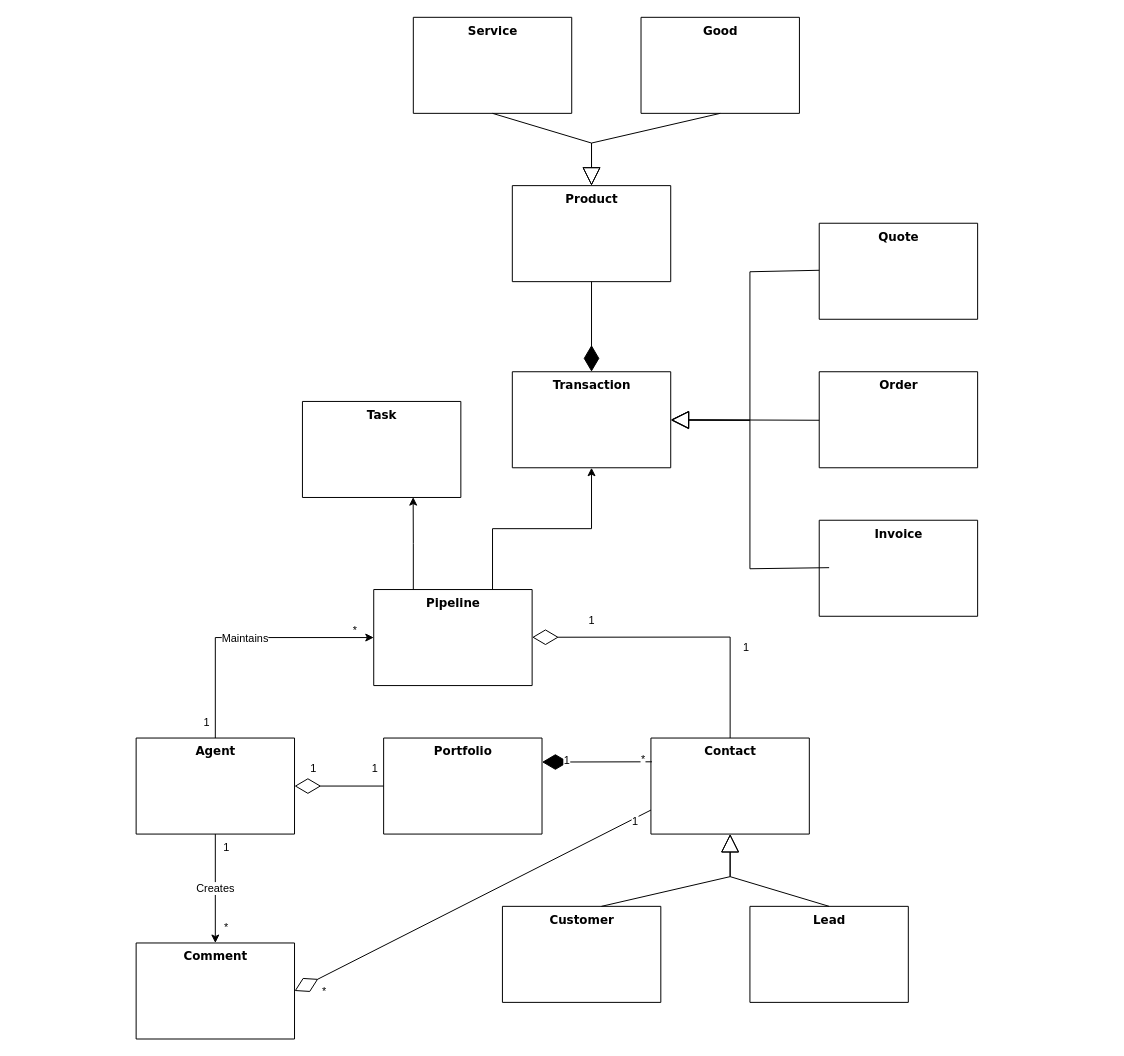
duerko2/CRM_62413 keeps this draw.io diagram as domain.drawio. Above is the earlier version. Source tidied: cells renumbered, new cells numbered last; positions are measured from the earlier drawing's top-left corner, leaving out a move shared by most shapes. Both pictures are drawn from the tidied source at 99%, with x=0, y=0 at pixel (136, 17).
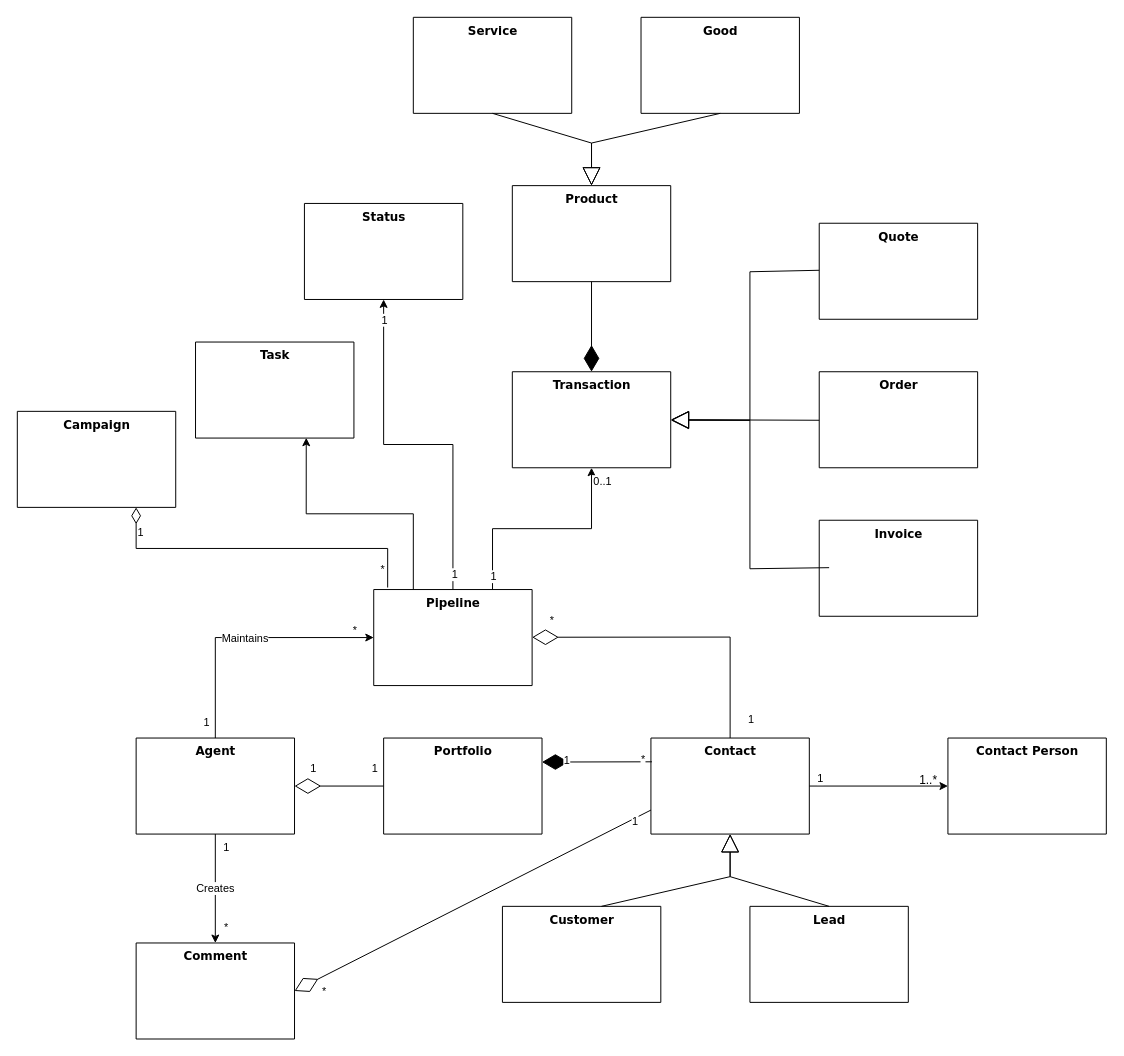
The same page after the edit.

The change refers to these unchanged cells:
```xml
<mxCell id="17" value="Contact" style="swimlane;html=1;fontStyle=1;align=center;verticalAlign=top;horizontal=1;startSize=97;swimlaneFillColor=#ffffff;rounded=0;shadow=0;comic=0;labelBackgroundColor=none;strokeWidth=1;fillColor=none;fontFamily=Verdana;fontSize=12;" parent="1" vertex="1">
  <mxGeometry x="520" y="728" width="160" height="97" as="geometry" />
</mxCell>
<mxCell id="20" style="edgeStyle=orthogonalEdgeStyle;rounded=0;jettySize=auto;html=1;exitX=0.75;exitY=0;exitDx=0;exitDy=0;entryX=0.5;entryY=1;entryDx=0;entryDy=0;" parent="1" edge="1" source="21" target="30">
  <mxGeometry relative="1" as="geometry" />
</mxCell>
<mxCell id="21" value="Pipeline" style="swimlane;html=1;fontStyle=1;align=center;verticalAlign=top;horizontal=1;startSize=97;swimlaneFillColor=#ffffff;rounded=0;shadow=0;comic=0;labelBackgroundColor=none;strokeWidth=1;fillColor=none;fontFamily=Verdana;fontSize=12;" parent="1" vertex="1">
  <mxGeometry x="240" y="578" width="160" height="97" as="geometry" />
</mxCell>
<mxCell id="42" style="endArrow=diamondThin;endFill=0;endSize=24;html=1;rounded=0;entryX=1;entryY=0.5;entryDx=0;entryDy=0;exitX=0.5;exitY=0;exitDx=0;exitDy=0;" parent="1" edge="1" source="17">
  <mxGeometry relative="1" as="geometry">
    <mxPoint x="400" y="626.2" as="targetPoint" />
    <Array as="points">
      <mxPoint x="600" y="626" />
    </Array>
  </mxGeometry>
</mxCell>
```

The edit, as a diff of the source:
```diff
@@
     <mxCell id="12" value="Task" style="swimlane;html=1;fontStyle=1;align=center;verticalAlign=top;horizontal=1;startSize=97;swimlaneFillColor=#ffffff;rounded=0;shadow=0;comic=0;labelBackgroundColor=none;strokeWidth=1;fillColor=none;fontFamily=Verdana;fontSize=12;" parent="1" vertex="1">
-      <mxGeometry x="168" y="388" width="160" height="97" as="geometry" />
+      <mxGeometry x="60" y="328" width="160" height="97" as="geometry" />
     </mxCell>
@@
+    <mxCell id="45" style="edgeStyle=orthogonalEdgeStyle;rounded=0;jettySize=auto;html=1;exitX=1;exitY=0.5;exitDx=0;exitDy=0;entryX=0;entryY=0.5;entryDx=0;entryDy=0;" parent="1" edge="1" source="17" target="56">
+      <mxGeometry relative="1" as="geometry" />
+    </mxCell>
+    <mxCell id="46" value="1" style="edgeLabel;html=1;align=center;verticalAlign=middle;" parent="45" vertex="1">
+      <mxGeometry x="-0.86" y="1" relative="1" as="geometry">
+        <mxPoint y="-7" as="offset" />
+      </mxGeometry>
+    </mxCell>
@@
+    <mxCell id="47" value="1" style="edgeLabel;html=1;align=center;verticalAlign=middle;" parent="20" vertex="1">
+      <mxGeometry x="-0.87" relative="1" as="geometry" />
+    </mxCell>
+    <mxCell id="48" value="0..1" style="edgeLabel;html=1;align=center;verticalAlign=middle;" parent="20" vertex="1">
+      <mxGeometry x="0.88" y="-1" relative="1" as="geometry">
+        <mxPoint x="9" as="offset" />
+      </mxGeometry>
+    </mxCell>
+    <mxCell id="49" style="edgeStyle=orthogonalEdgeStyle;rounded=0;jettySize=auto;html=1;exitX=0.5;exitY=0;exitDx=0;exitDy=0;entryX=0.5;entryY=1;entryDx=0;entryDy=0;" parent="1" edge="1" source="21" target="55">
+      <mxGeometry relative="1" as="geometry" />
+    </mxCell>
+    <mxCell id="50" value="1" style="edgeLabel;html=1;align=center;verticalAlign=middle;" parent="49" vertex="1">
+      <mxGeometry x="-0.91" y="-1" relative="1" as="geometry" />
+    </mxCell>
+    <mxCell id="51" value="1" style="edgeLabel;html=1;align=center;verticalAlign=middle;" parent="49" vertex="1">
+      <mxGeometry x="0.89" relative="1" as="geometry" />
+    </mxCell>
@@
-    <mxCell id="43" value="1" style="edgeLabel;html=1;align=center;verticalAlign=middle;" parent="42" vertex="1">
+    <mxCell id="43" value="*" style="edgeLabel;html=1;align=center;verticalAlign=middle;" parent="42" vertex="1">
       <mxGeometry x="0.6" y="-1" relative="1" as="geometry">
-        <mxPoint y="-17" as="offset" />
+        <mxPoint x="-40" y="-17" as="offset" />
       </mxGeometry>
     </mxCell>
     <mxCell id="44" value="1" style="edgeLabel;html=1;align=center;verticalAlign=middle;" parent="42" vertex="1">
       <mxGeometry x="-0.5" y="-2" relative="1" as="geometry">
-        <mxPoint x="13" y="-16" as="offset" />
+        <mxPoint x="18" y="56" as="offset" />
       </mxGeometry>
     </mxCell>
+    <mxCell id="52" value="Campaign" style="swimlane;html=1;fontStyle=1;align=center;verticalAlign=top;horizontal=1;startSize=97;swimlaneFillColor=#ffffff;rounded=0;shadow=0;comic=0;labelBackgroundColor=none;strokeWidth=1;fillColor=none;fontFamily=Verdana;fontSize=12;" parent="1" vertex="1">
+      <mxGeometry x="-120" y="398" width="160" height="97" as="geometry" />
+    </mxCell>
+    <mxCell id="53" value="1" style="endArrow=none;html=1;endSize=12;startArrow=diamondThin;startSize=14;startFill=0;edgeStyle=orthogonalEdgeStyle;align=left;verticalAlign=bottom;rounded=0;exitX=0.75;exitY=1;exitDx=0;exitDy=0;entryX=0.088;entryY=-0.021;entryDx=0;entryDy=0;entryPerimeter=0;endFill=0;" parent="1" edge="1" source="52" target="21">
+      <mxGeometry x="-0.8" relative="1" as="geometry" />
+    </mxCell>
+    <mxCell id="54" value="*" style="edgeLabel;html=1;align=center;verticalAlign=middle;" parent="53" vertex="1">
+      <mxGeometry x="0.92" y="-1" relative="1" as="geometry">
+        <mxPoint x="-5" y="-5" as="offset" />
+      </mxGeometry>
+    </mxCell>
+    <mxCell id="55" value="Status" style="swimlane;html=1;fontStyle=1;align=center;verticalAlign=top;horizontal=1;startSize=97;swimlaneFillColor=#ffffff;rounded=0;shadow=0;comic=0;labelBackgroundColor=none;strokeWidth=1;fillColor=none;fontFamily=Verdana;fontSize=12;" parent="1" vertex="1">
+      <mxGeometry x="170" y="188" width="160" height="97" as="geometry" />
+    </mxCell>
+    <mxCell id="56" value="Contact Person" style="swimlane;html=1;fontStyle=1;align=center;verticalAlign=top;horizontal=1;startSize=97;swimlaneFillColor=#ffffff;rounded=0;shadow=0;comic=0;labelBackgroundColor=none;strokeWidth=1;fillColor=none;fontFamily=Verdana;fontSize=12;" parent="1" vertex="1">
+      <mxGeometry x="820" y="728" width="160" height="97" as="geometry" />
+    </mxCell>
+    <mxCell id="57" value="1..*" style="text;html=1;align=center;verticalAlign=middle;strokeColor=none;fillColor=none;" parent="1" vertex="1">
+      <mxGeometry x="780" y="756" width="40" height="30" as="geometry" />
+    </mxCell>
```
